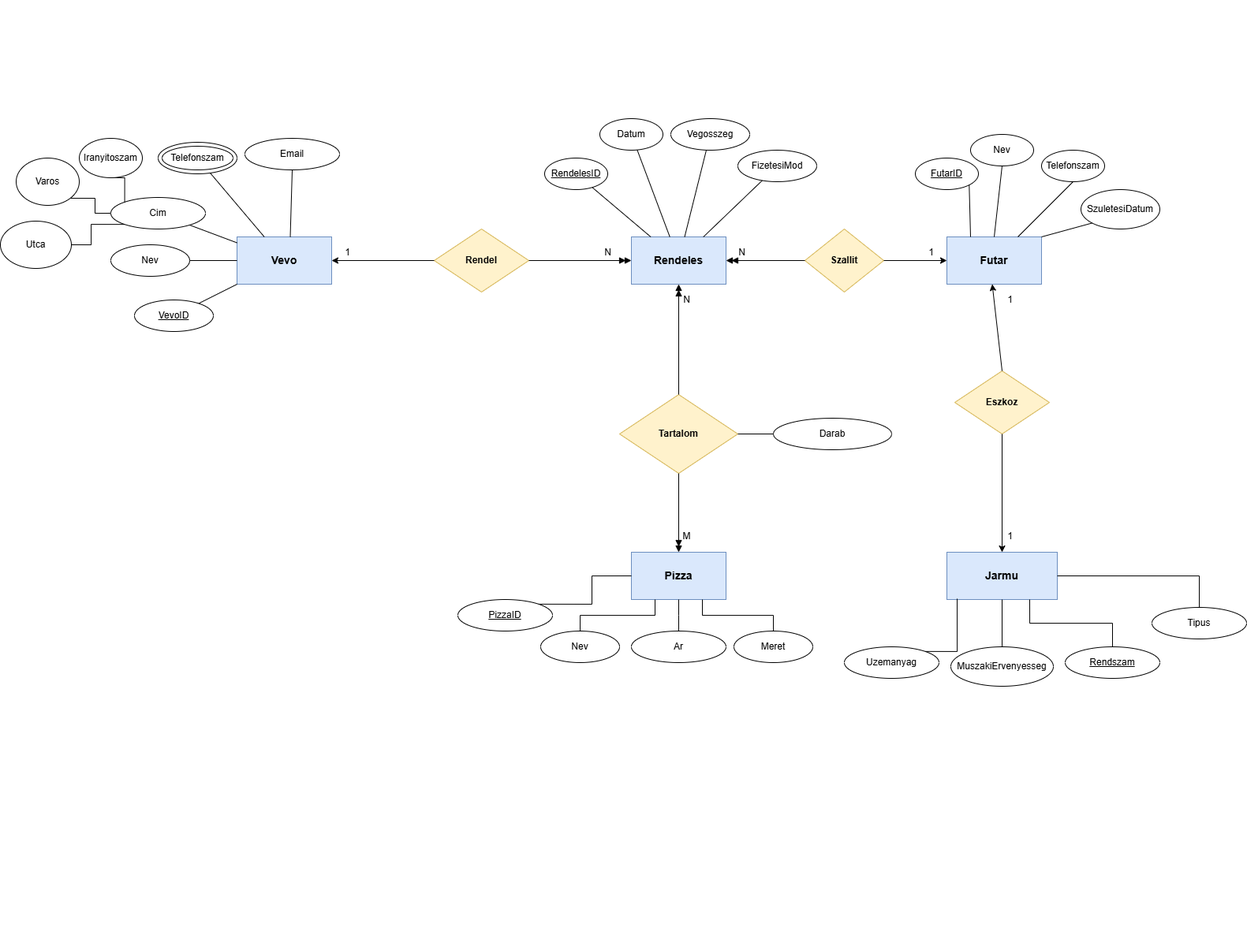
This is F7M6MG_XMLTask/F7M6MG_ER.png from SzaboMartinAttila/F7M6MGWebXML, a draw.io export, as it was before one commit. Source tidied: cells renumbered, new cells last; positions are measured from the earlier drawing's top-left corner, leaving out a move shared by most shapes.
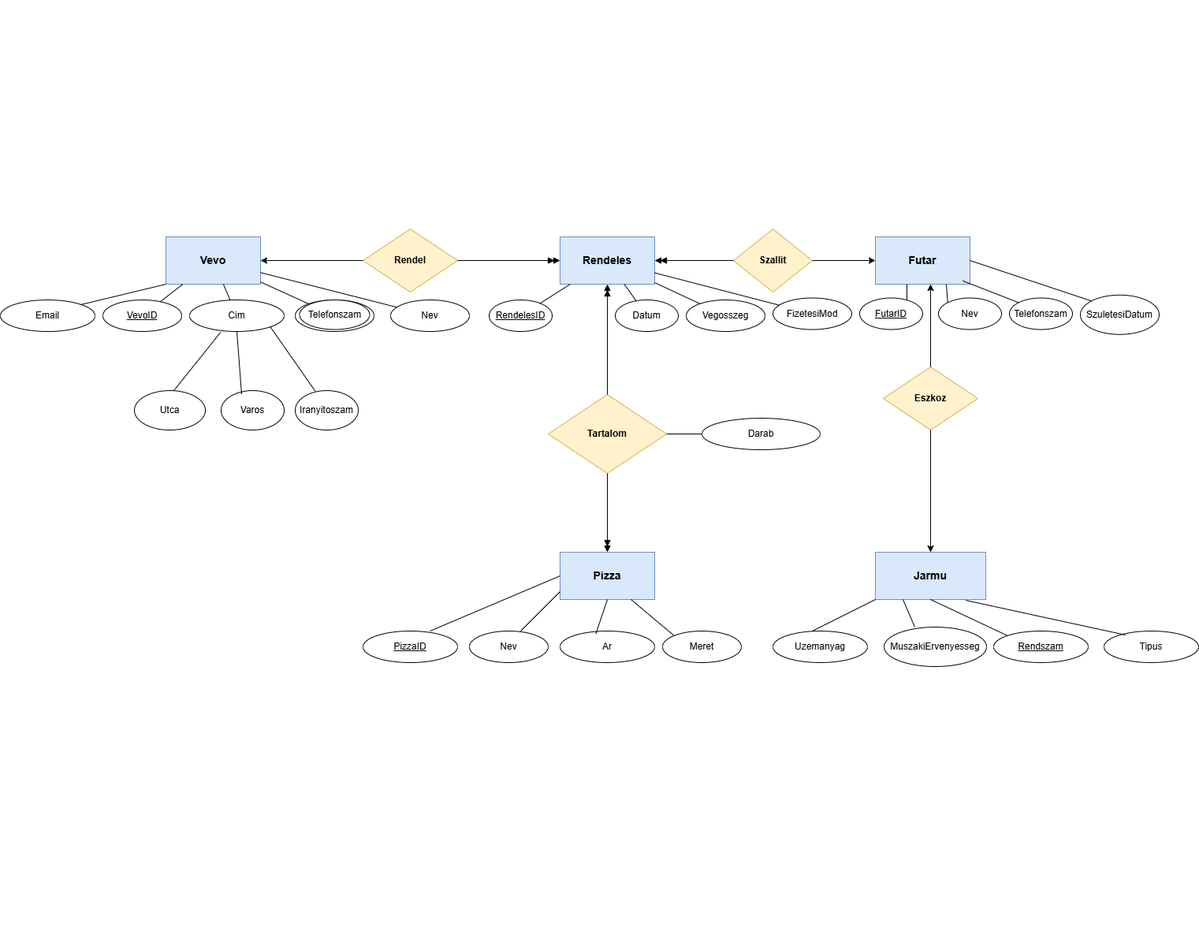
After the commit.

What changed in the source:
```diff
@@ -30,31 +30,31 @@
       <mxGeometry x="785" y="500" width="150" height="100" as="geometry" />
     </mxCell>
     <mxCell id="11" value="Eszkoz" style="shape=rhombus;perimeter=rhombusPerimeter;whiteSpace=wrap;html=1;align=center;fillColor=#fff2cc;strokeColor=#d6b656;fontStyle=1;" parent="1" vertex="1">
-      <mxGeometry x="1210" y="470" width="120" height="80" as="geometry" />
+      <mxGeometry x="1210" y="465" width="120" height="80" as="geometry" />
     </mxCell>
     <mxCell id="12" value="&lt;u&gt;RendelesID&lt;/u&gt;" style="ellipse;whiteSpace=wrap;html=1;align=center;" parent="1" vertex="1">
-      <mxGeometry x="690" y="200" width="80" height="40" as="geometry" />
+      <mxGeometry x="710" y="380" width="80" height="40" as="geometry" />
     </mxCell>
     <mxCell id="13" value="Datum" style="ellipse;whiteSpace=wrap;html=1;align=center;" parent="1" vertex="1">
-      <mxGeometry x="760" y="150" width="80" height="40" as="geometry" />
+      <mxGeometry x="870" y="380" width="80" height="40" as="geometry" />
     </mxCell>
     <mxCell id="14" value="Vegosszeg" style="ellipse;whiteSpace=wrap;html=1;align=center;" parent="1" vertex="1">
-      <mxGeometry x="850" y="150" width="100" height="40" as="geometry" />
+      <mxGeometry x="960" y="380" width="100" height="40" as="geometry" />
     </mxCell>
     <mxCell id="15" value="FizetesiMod" style="ellipse;whiteSpace=wrap;html=1;align=center;" parent="1" vertex="1">
-      <mxGeometry x="935" y="190" width="100" height="40" as="geometry" />
+      <mxGeometry x="1070" y="377.5" width="100" height="40" as="geometry" />
     </mxCell>
     <mxCell id="16" value="&lt;u&gt;VevoID&lt;/u&gt;" style="ellipse;whiteSpace=wrap;html=1;align=center;" parent="1" vertex="1">
-      <mxGeometry x="170" y="380" width="100" height="40" as="geometry" />
+      <mxGeometry x="220" y="380" width="100" height="40" as="geometry" />
     </mxCell>
     <mxCell id="17" value="Nev" style="ellipse;whiteSpace=wrap;html=1;align=center;" parent="1" vertex="1">
-      <mxGeometry x="140" y="310" width="100" height="40" as="geometry" />
+      <mxGeometry x="585" y="380" width="100" height="40" as="geometry" />
     </mxCell>
     <mxCell id="18" value="Cim" style="ellipse;whiteSpace=wrap;html=1;align=center;" parent="1" vertex="1">
-      <mxGeometry x="140" y="250" width="120" height="40" as="geometry" />
+      <mxGeometry x="330" y="380" width="120" height="40" as="geometry" />
     </mxCell>
     <mxCell id="19" value="Email_cimek" style="ellipse;whiteSpace=wrap;html=1;align=center;strokeWidth=1;" parent="1" vertex="1">
-      <mxGeometry x="200" y="180" width="100" height="40" as="geometry" />
+      <mxGeometry x="464" y="380" width="100" height="40" as="geometry" />
     </mxCell>
     <mxCell id="20" style="endArrow=none;endFill=0;startArrow=classic;startFill=1;" parent="1" edge="1" source="4" target="8">
       <mxGeometry relative="1" as="geometry" />
@@ -101,65 +101,38 @@
     <mxCell id="34" style="endArrow=none;endFill=0;" parent="1" edge="1" source="4" target="19">
       <mxGeometry relative="1" as="geometry" />
     </mxCell>
-    <mxCell id="35" value="1" style="text;html=1;align=center;verticalAlign=middle;" parent="1" vertex="1">
-      <mxGeometry x="430" y="310" width="20" height="20" as="geometry" />
-    </mxCell>
-    <mxCell id="36" value="N" style="text;html=1;align=center;verticalAlign=middle;" parent="1" vertex="1">
-      <mxGeometry x="760" y="310" width="20" height="20" as="geometry" />
-    </mxCell>
-    <mxCell id="37" value="N" style="text;html=1;align=center;verticalAlign=middle;" parent="1" vertex="1">
-      <mxGeometry x="930" y="310" width="20" height="20" as="geometry" />
-    </mxCell>
-    <mxCell id="38" value="1" style="text;html=1;align=center;verticalAlign=middle;" parent="1" vertex="1">
-      <mxGeometry x="1170" y="310" width="20" height="20" as="geometry" />
-    </mxCell>
-    <mxCell id="39" value="N" style="text;html=1;align=center;verticalAlign=middle;" parent="1" vertex="1">
-      <mxGeometry x="860" y="370" width="20" height="20" as="geometry" />
-    </mxCell>
-    <mxCell id="40" value="M" style="text;html=1;align=center;verticalAlign=middle;" parent="1" vertex="1">
-      <mxGeometry x="860" y="670" width="20" height="20" as="geometry" />
-    </mxCell>
-    <mxCell id="41" value="1" style="text;html=1;align=center;verticalAlign=middle;" parent="1" vertex="1">
-      <mxGeometry x="1270" y="670" width="20" height="20" as="geometry" />
-    </mxCell>
     <mxCell id="42" value="&lt;u&gt;FutarID&lt;/u&gt;" style="ellipse;whiteSpace=wrap;html=1;align=center;" parent="1" vertex="1">
-      <mxGeometry x="1160" y="200" width="80" height="40" as="geometry" />
+      <mxGeometry x="1180" y="377.5" width="80" height="40" as="geometry" />
     </mxCell>
     <mxCell id="43" value="Telefonszam" style="ellipse;whiteSpace=wrap;html=1;align=center;" parent="1" vertex="1">
-      <mxGeometry x="1320" y="190" width="80" height="40" as="geometry" />
+      <mxGeometry x="1370" y="377.5" width="80" height="40" as="geometry" />
     </mxCell>
     <mxCell id="44" value="SzuletesiDatum" style="ellipse;whiteSpace=wrap;html=1;align=center;" parent="1" vertex="1">
-      <mxGeometry x="1370" y="240" width="100" height="50" as="geometry" />
+      <mxGeometry x="1460" y="373.8" width="100" height="50" as="geometry" />
     </mxCell>
     <mxCell id="45" value="Nev" style="ellipse;whiteSpace=wrap;html=1;align=center;" parent="1" vertex="1">
-      <mxGeometry x="1230" y="170" width="80" height="40" as="geometry" />
+      <mxGeometry x="1280" y="377.5" width="80" height="40" as="geometry" />
     </mxCell>
-    <mxCell id="46" style="exitX=0.25;exitY=0;exitDx=0;exitDy=0;entryX=1;entryY=1;entryDx=0;entryDy=0;endArrow=none;endFill=0;" parent="1" edge="1" source="5" target="42">
-      <mxGeometry relative="1" as="geometry" />
+    <mxCell id="46" style="endArrow=none;endFill=0;" parent="1" edge="1">
+      <mxGeometry relative="1" as="geometry">
+        <mxPoint x="1240" y="360" as="sourcePoint" />
+        <mxPoint x="1240" y="380" as="targetPoint" />
+      </mxGeometry>
     </mxCell>
-    <mxCell id="47" style="exitX=0.5;exitY=0;exitDx=0;exitDy=0;entryX=0.5;entryY=1;entryDx=0;entryDy=0;endArrow=none;endFill=0;" parent="1" edge="1" source="5" target="45">
-      <mxGeometry relative="1" as="geometry" />
+    <mxCell id="47" style="entryX=0;entryY=0;entryDx=0;entryDy=0;endArrow=none;endFill=0;" parent="1" edge="1" target="45">
+      <mxGeometry relative="1" as="geometry">
+        <mxPoint x="1290" y="360" as="sourcePoint" />
+      </mxGeometry>
     </mxCell>
-    <mxCell id="48" style="exitX=0.75;exitY=0;exitDx=0;exitDy=0;entryX=0.5;entryY=1;entryDx=0;entryDy=0;endArrow=none;endFill=0;" parent="1" edge="1" source="5" target="43">
+    <mxCell id="48" style="exitX=0.922;exitY=0.928;exitDx=0;exitDy=0;entryX=0;entryY=0;entryDx=0;entryDy=0;endArrow=none;endFill=0;exitPerimeter=0;" parent="1" edge="1" source="5" target="43">
       <mxGeometry relative="1" as="geometry" />
     </mxCell>
-    <mxCell id="49" style="exitX=1;exitY=0;exitDx=0;exitDy=0;entryX=0;entryY=1;entryDx=0;entryDy=0;endArrow=none;endFill=0;" parent="1" edge="1" source="5" target="44">
+    <mxCell id="49" style="exitX=1;exitY=0.5;exitDx=0;exitDy=0;entryX=0;entryY=0;entryDx=0;entryDy=0;endArrow=none;endFill=0;" parent="1" edge="1" source="5" target="44">
       <mxGeometry relative="1" as="geometry" />
     </mxCell>
-    <mxCell id="50" style="edgeStyle=orthogonalEdgeStyle;rounded=0;jettySize=auto;html=1;exitX=1;exitY=0;exitDx=0;exitDy=0;entryX=0;entryY=0.5;entryDx=0;entryDy=0;endArrow=none;endFill=0;" parent="1" edge="1" source="51" target="6">
-      <mxGeometry relative="1" as="geometry">
-        <Array as="points">
-          <mxPoint x="750" y="766" />
-          <mxPoint x="750" y="730" />
-        </Array>
-      </mxGeometry>
-    </mxCell>
     <mxCell id="51" value="&lt;u&gt;PizzaID&lt;/u&gt;" style="ellipse;whiteSpace=wrap;html=1;align=center;" parent="1" vertex="1">
-      <mxGeometry x="580" y="760" width="120" height="40" as="geometry" />
+      <mxGeometry x="550" y="800" width="120" height="40" as="geometry" />
     </mxCell>
-    <mxCell id="52" style="edgeStyle=orthogonalEdgeStyle;rounded=0;jettySize=auto;html=1;exitX=0.5;exitY=0;exitDx=0;exitDy=0;entryX=0.25;entryY=1;entryDx=0;entryDy=0;endArrow=none;endFill=0;" parent="1" edge="1" source="53" target="6">
-      <mxGeometry relative="1" as="geometry" />
-    </mxCell>
     <mxCell id="53" value="Nev" style="ellipse;whiteSpace=wrap;html=1;align=center;" parent="1" vertex="1">
       <mxGeometry x="685" y="800" width="100" height="40" as="geometry" />
     </mxCell>
@@ -169,83 +142,92 @@
     <mxCell id="55" style="endArrow=none;endFill=0;exitX=1;exitY=0.5;exitDx=0;exitDy=0;entryX=0;entryY=0.5;entryDx=0;entryDy=0;" parent="1" edge="1" source="10" target="54">
       <mxGeometry relative="1" as="geometry" />
     </mxCell>
-    <mxCell id="56" style="edgeStyle=orthogonalEdgeStyle;rounded=0;jettySize=auto;html=1;exitX=0.5;exitY=0;exitDx=0;exitDy=0;entryX=0.5;entryY=1;entryDx=0;entryDy=0;endArrow=none;endFill=0;" parent="1" edge="1" source="57" target="6">
-      <mxGeometry relative="1" as="geometry">
-        <Array as="points">
-          <mxPoint x="860" y="780" />
-          <mxPoint x="860" y="780" />
-        </Array>
-      </mxGeometry>
-    </mxCell>
     <mxCell id="57" value="Ar" style="ellipse;whiteSpace=wrap;html=1;align=center;" parent="1" vertex="1">
       <mxGeometry x="800" y="800" width="120" height="40" as="geometry" />
     </mxCell>
-    <mxCell id="58" style="edgeStyle=orthogonalEdgeStyle;rounded=0;jettySize=auto;html=1;exitX=0.5;exitY=0;exitDx=0;exitDy=0;entryX=0.75;entryY=1;entryDx=0;entryDy=0;endArrow=none;endFill=0;" parent="1" edge="1" source="59" target="6">
-      <mxGeometry relative="1" as="geometry" />
-    </mxCell>
     <mxCell id="59" value="Meret" style="ellipse;whiteSpace=wrap;html=1;align=center;strokeWidth=1;" parent="1" vertex="1">
       <mxGeometry x="930" y="800" width="100" height="40" as="geometry" />
     </mxCell>
     <mxCell id="60" value="Uzemanyag" style="ellipse;whiteSpace=wrap;html=1;align=center;" parent="1" vertex="1">
-      <mxGeometry x="1070" y="820" width="120" height="40" as="geometry" />
+      <mxGeometry x="1070" y="800" width="120" height="40" as="geometry" />
     </mxCell>
-    <mxCell id="61" style="edgeStyle=orthogonalEdgeStyle;rounded=0;jettySize=auto;html=1;exitX=0.5;exitY=0;exitDx=0;exitDy=0;entryX=0.5;entryY=1;entryDx=0;entryDy=0;endArrow=none;endFill=0;" parent="1" edge="1" source="62" target="7">
-      <mxGeometry relative="1" as="geometry" />
-    </mxCell>
     <mxCell id="62" value="MuszakiErvenyesseg" style="ellipse;whiteSpace=wrap;html=1;align=center;" parent="1" vertex="1">
-      <mxGeometry x="1205" y="820" width="130" height="50" as="geometry" />
+      <mxGeometry x="1211" y="795" width="130" height="50" as="geometry" />
     </mxCell>
-    <mxCell id="63" style="edgeStyle=orthogonalEdgeStyle;rounded=0;jettySize=auto;html=1;exitX=0.5;exitY=0;exitDx=0;exitDy=0;entryX=0.75;entryY=1;entryDx=0;entryDy=0;endArrow=none;endFill=0;" parent="1" edge="1" source="64" target="7">
-      <mxGeometry relative="1" as="geometry" />
-    </mxCell>
     <mxCell id="64" value="&lt;u&gt;Rendszam&lt;/u&gt;" style="ellipse;whiteSpace=wrap;html=1;align=center;" parent="1" vertex="1">
-      <mxGeometry x="1350" y="820" width="120" height="40" as="geometry" />
+      <mxGeometry x="1350" y="800" width="120" height="40" as="geometry" />
     </mxCell>
-    <mxCell id="65" style="edgeStyle=orthogonalEdgeStyle;rounded=0;jettySize=auto;html=1;exitX=0.5;exitY=0;exitDx=0;exitDy=0;entryX=1;entryY=0.5;entryDx=0;entryDy=0;endArrow=none;endFill=0;" parent="1" edge="1" source="66" target="7">
-      <mxGeometry relative="1" as="geometry" />
-    </mxCell>
     <mxCell id="66" value="Tipus" style="ellipse;whiteSpace=wrap;html=1;align=center;" parent="1" vertex="1">
-      <mxGeometry x="1460" y="770" width="120" height="40" as="geometry" />
+      <mxGeometry x="1490" y="800" width="120" height="40" as="geometry" />
     </mxCell>
     <mxCell id="67" value="Telefonszam" style="ellipse;whiteSpace=wrap;html=1;align=center;strokeWidth=1;" parent="1" vertex="1">
-      <mxGeometry x="205" y="185" width="90" height="30" as="geometry" />
+      <mxGeometry x="469.5" y="380" width="89" height="37.5" as="geometry" />
     </mxCell>
     <mxCell id="68" value="Email" style="ellipse;whiteSpace=wrap;html=1;align=center;" parent="1" vertex="1">
-      <mxGeometry x="310" y="175" width="120" height="40" as="geometry" />
+      <mxGeometry x="90" y="380" width="120" height="40" as="geometry" />
     </mxCell>
-    <mxCell id="69" style="endArrow=none;html=1;rounded=0;entryX=0.5;entryY=1;entryDx=0;entryDy=0;" parent="1" edge="1" target="68">
-      <mxGeometry relative="1" as="geometry">
-        <mxPoint x="367.5" y="300" as="sourcePoint" />
-      </mxGeometry>
-    </mxCell>
-    <mxCell id="70" style="edgeStyle=orthogonalEdgeStyle;rounded=0;jettySize=auto;html=1;exitX=0.5;exitY=1;exitDx=0;exitDy=0;entryX=0;entryY=0;entryDx=0;entryDy=0;endArrow=none;endFill=0;" parent="1" edge="1" source="71" target="18">
-      <mxGeometry relative="1" as="geometry" />
-    </mxCell>
     <mxCell id="71" value="Iranyitoszam" style="ellipse;whiteSpace=wrap;html=1;" parent="1" vertex="1">
-      <mxGeometry x="100" y="175" width="80" height="50" as="geometry" />
+      <mxGeometry x="464" y="495" width="80" height="50" as="geometry" />
     </mxCell>
-    <mxCell id="72" style="edgeStyle=orthogonalEdgeStyle;rounded=0;jettySize=auto;html=1;exitX=1;exitY=1;exitDx=0;exitDy=0;entryX=0;entryY=0.5;entryDx=0;entryDy=0;endArrow=none;endFill=0;" parent="1" edge="1" source="73" target="18">
-      <mxGeometry relative="1" as="geometry" />
-    </mxCell>
     <mxCell id="73" value="Varos" style="ellipse;whiteSpace=wrap;html=1;" parent="1" vertex="1">
-      <mxGeometry x="20" y="200" width="80" height="60" as="geometry" />
+      <mxGeometry x="370" y="495" width="80" height="50" as="geometry" />
     </mxCell>
-    <mxCell id="74" style="edgeStyle=orthogonalEdgeStyle;rounded=0;jettySize=auto;html=1;exitX=1;exitY=0.5;exitDx=0;exitDy=0;entryX=0;entryY=1;entryDx=0;entryDy=0;endArrow=none;endFill=0;" parent="1" edge="1" source="75" target="18">
-      <mxGeometry relative="1" as="geometry" />
-    </mxCell>
     <mxCell id="75" value="Utca" style="ellipse;whiteSpace=wrap;html=1;" parent="1" vertex="1">
-      <mxGeometry y="280" width="90" height="60" as="geometry" />
+      <mxGeometry x="260" y="495" width="90" height="50" as="geometry" />
     </mxCell>
-    <mxCell id="76" style="endArrow=classic;html=1;rounded=0;entryX=0.5;entryY=1;entryDx=0;entryDy=0;exitX=0.5;exitY=0;exitDx=0;exitDy=0;" parent="1" edge="1" source="11">
+    <mxCell id="76" style="endArrow=classic;html=1;rounded=0;exitX=0.5;exitY=0;exitDx=0;exitDy=0;" parent="1" edge="1" source="11">
       <mxGeometry relative="1" as="geometry">
-        <mxPoint x="1257.5" y="360" as="targetPoint" />
+        <mxPoint x="1270" y="360" as="targetPoint" />
       </mxGeometry>
     </mxCell>
-    <mxCell id="77" value="1" style="text;html=1;align=center;verticalAlign=middle;" parent="1" vertex="1">
-      <mxGeometry x="1270" y="370" width="20" height="20" as="geometry" />
-    </mxCell>
-    <mxCell id="78" style="edgeStyle=orthogonalEdgeStyle;rounded=0;jettySize=auto;html=1;exitX=1;exitY=0;exitDx=0;exitDy=0;entryX=0.093;entryY=0.983;entryDx=0;entryDy=0;entryPerimeter=0;endArrow=none;endFill=0;" parent="1" edge="1" source="60" target="7">
-      <mxGeometry relative="1" as="geometry" />
-    </mxCell>
+    <mxCell id="79" style="endArrow=none;html=1;rounded=0;exitX=1;exitY=0;exitDx=0;exitDy=0;" parent="1" edge="1" source="68">
+      <mxGeometry relative="1" as="geometry">
+        <mxPoint x="300" y="360" as="targetPoint" />
+      </mxGeometry>
+    </mxCell>
+    <mxCell id="80" style="endArrow=none;html=1;rounded=0;entryX=0.328;entryY=1.025;entryDx=0;entryDy=0;entryPerimeter=0;" parent="1" edge="1" target="18">
+      <mxGeometry relative="1" as="geometry">
+        <mxPoint x="310" y="495" as="sourcePoint" />
+      </mxGeometry>
+    </mxCell>
+    <mxCell id="72" style="endArrow=none;html=1;rounded=0;entryX=0.5;entryY=1;entryDx=0;entryDy=0;exitX=0.325;exitY=0.093;exitDx=0;exitDy=0;exitPerimeter=0;" parent="1" edge="1" source="73" target="18">
+      <mxGeometry relative="1" as="geometry" />
+    </mxCell>
+    <mxCell id="70" style="endArrow=none;html=1;rounded=0;entryX=1;entryY=1;entryDx=0;entryDy=0;exitX=0.317;exitY=0.013;exitDx=0;exitDy=0;exitPerimeter=0;" parent="1" edge="1" source="71" target="18">
+      <mxGeometry relative="1" as="geometry" />
+    </mxCell>
+    <mxCell id="81" style="endArrow=none;html=1;rounded=0;entryX=0;entryY=0.5;entryDx=0;entryDy=0;" parent="1" edge="1" target="6">
+      <mxGeometry relative="1" as="geometry">
+        <mxPoint x="635" y="800" as="sourcePoint" />
+      </mxGeometry>
+    </mxCell>
+    <mxCell id="82" style="endArrow=none;html=1;rounded=0;" parent="1" edge="1">
+      <mxGeometry relative="1" as="geometry">
+        <mxPoint x="750" y="800" as="sourcePoint" />
+        <mxPoint x="800" y="750" as="targetPoint" />
+      </mxGeometry>
+    </mxCell>
+    <mxCell id="83" style="endArrow=none;html=1;rounded=0;entryX=0.25;entryY=1;entryDx=0;entryDy=0;" parent="1" edge="1" target="7">
+      <mxGeometry relative="1" as="geometry">
+        <mxPoint x="1250" y="795" as="sourcePoint" />
+      </mxGeometry>
+    </mxCell>
+    <mxCell id="84" style="endArrow=none;html=1;rounded=0;entryX=0;entryY=1;entryDx=0;entryDy=0;" parent="1" edge="1" target="7">
+      <mxGeometry relative="1" as="geometry">
+        <mxPoint x="1120" y="800" as="sourcePoint" />
+      </mxGeometry>
+    </mxCell>
+    <mxCell id="56" style="endArrow=none;html=1;rounded=0;entryX=0.5;entryY=1;entryDx=0;entryDy=0;exitX=0.378;exitY=0.092;exitDx=0;exitDy=0;exitPerimeter=0;" parent="1" edge="1" source="57" target="6">
+      <mxGeometry relative="1" as="geometry" />
+    </mxCell>
+    <mxCell id="58" style="endArrow=none;html=1;rounded=0;entryX=0.75;entryY=1;entryDx=0;entryDy=0;exitX=0;exitY=0;exitDx=0;exitDy=0;" parent="1" edge="1" source="59" target="6">
+      <mxGeometry relative="1" as="geometry" />
+    </mxCell>
+    <mxCell id="63" style="endArrow=none;html=1;rounded=0;exitX=0;exitY=0;exitDx=0;exitDy=0;entryX=0.5;entryY=1;entryDx=0;entryDy=0;" parent="1" edge="1" source="64" target="7">
+      <mxGeometry relative="1" as="geometry" />
+    </mxCell>
+    <mxCell id="65" style="endArrow=none;html=1;rounded=0;entryX=0.819;entryY=1.017;entryDx=0;entryDy=0;entryPerimeter=0;exitX=0.228;exitY=0.125;exitDx=0;exitDy=0;exitPerimeter=0;" parent="1" edge="1" source="66" target="7">
+      <mxGeometry relative="1" as="geometry" />
+    </mxCell>
   </root>
 </mxGraphModel>
```
